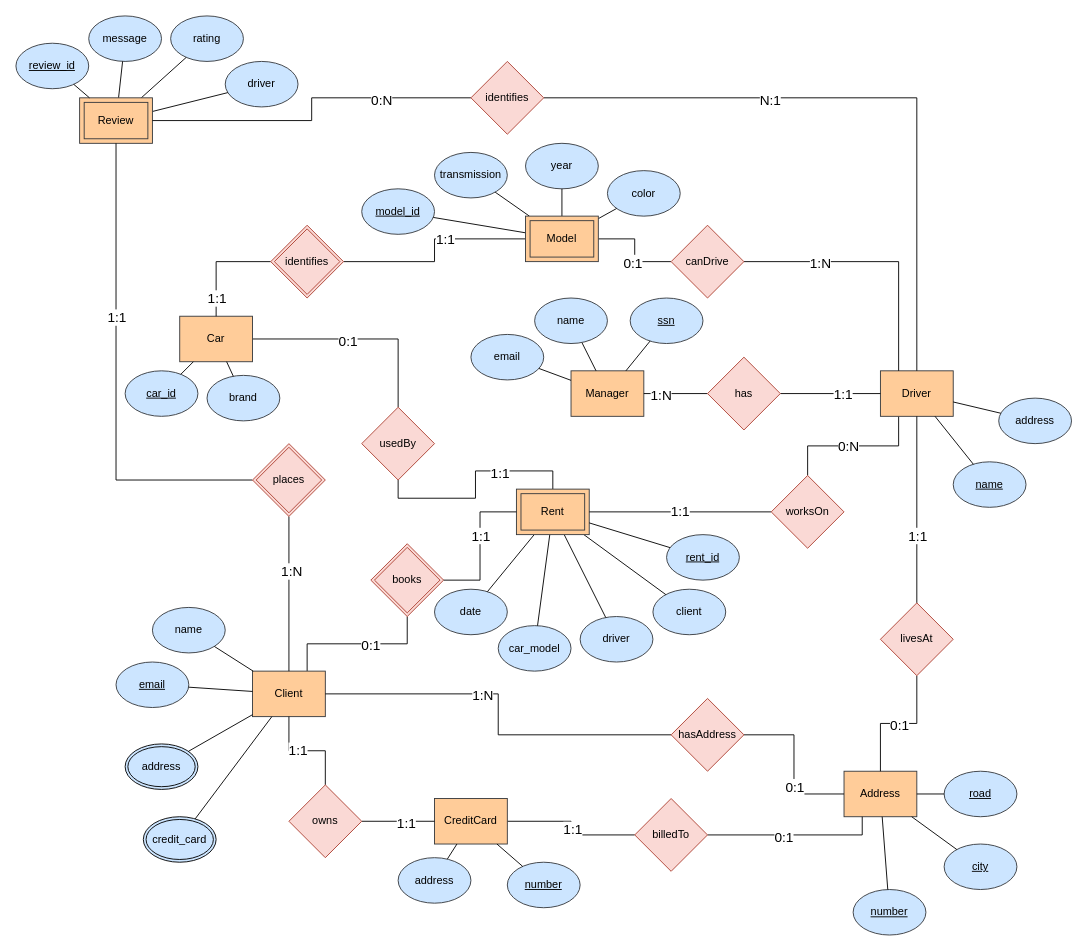
Earlier version of the draw.io diagram 480-ER-Diagram.drawio (p-rinceS/CS-480-Project). Source tidied: cells renumbered, new cells numbered last; positions are measured from the earlier drawing's top-left corner, leaving out a move shared by most shapes. Both pictures are drawn from the tidied source at 91%, with x=0, y=0 at pixel (15, 15).
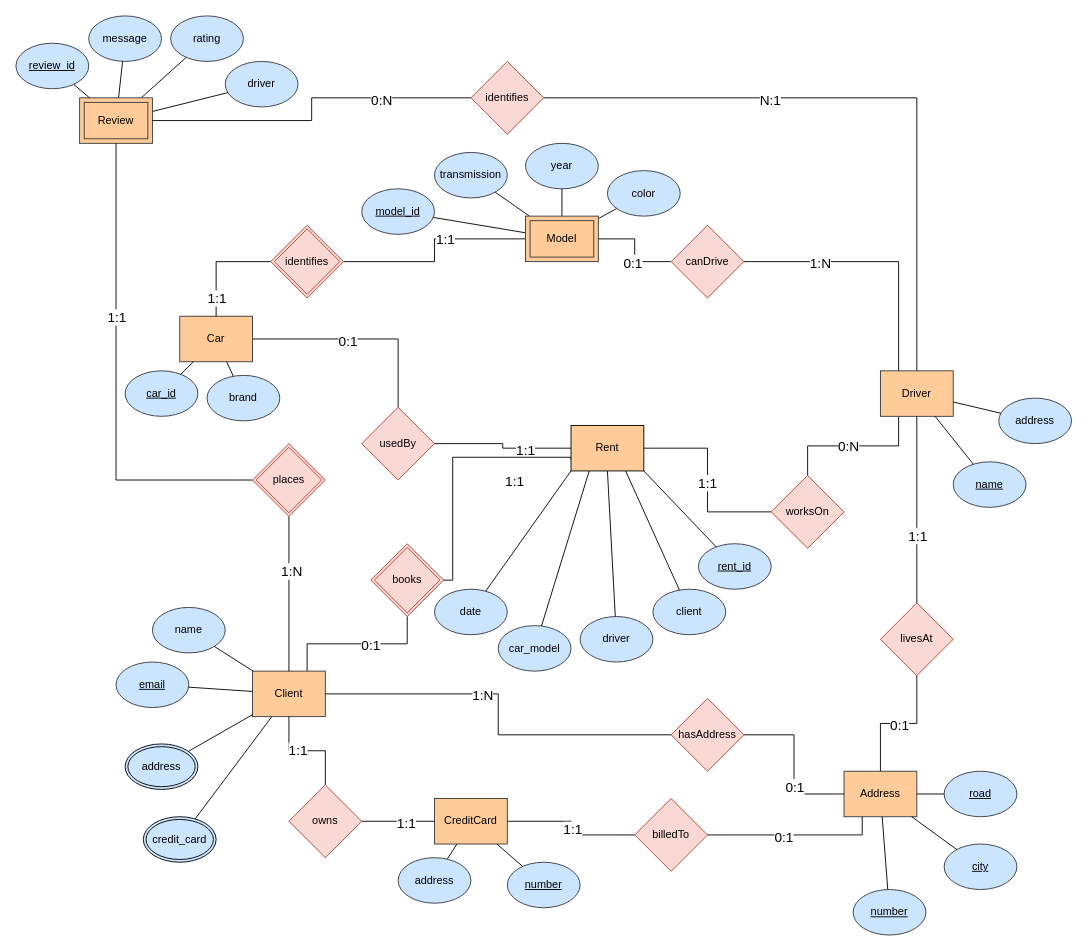
The same page after the edit.

Commit message:
Removed all relationships involving Manager, and made Rent a strong Entity.

Unchanged cells that the change refers to:
```xml
<mxCell id="8" value="Driver" style="whiteSpace=wrap;html=1;fillColor=#ffcc99;strokeColor=#36393d;" parent="1" vertex="1">
  <mxGeometry x="950" y="390" width="80" height="50" as="geometry" />
</mxCell>
<mxCell id="24" value="&lt;span style=&quot;font-style: normal;&quot;&gt;client&lt;/span&gt;" style="ellipse;whiteSpace=wrap;html=1;fillColor=#cce5ff;strokeColor=#36393d;fontStyle=2;" parent="1" vertex="1">
  <mxGeometry x="700" y="630" width="80" height="50" as="geometry" />
</mxCell>
<mxCell id="25" value="&lt;span style=&quot;font-style: normal;&quot;&gt;driver&lt;/span&gt;" style="ellipse;whiteSpace=wrap;html=1;fillColor=#cce5ff;strokeColor=#36393d;fontStyle=2;" parent="1" vertex="1">
  <mxGeometry x="620" y="660" width="80" height="50" as="geometry" />
</mxCell>
<mxCell id="26" value="car_model" style="ellipse;whiteSpace=wrap;html=1;fillColor=#cce5ff;strokeColor=#36393d;" parent="1" vertex="1">
  <mxGeometry x="530" y="670" width="80" height="50" as="geometry" />
</mxCell>
<mxCell id="27" value="date" style="ellipse;whiteSpace=wrap;html=1;fillColor=#cce5ff;strokeColor=#36393d;" parent="1" vertex="1">
  <mxGeometry x="460" y="630" width="80" height="50" as="geometry" />
</mxCell>
<mxCell id="104" value="books" style="shape=rhombus;double=1;perimeter=rhombusPerimeter;whiteSpace=wrap;html=1;align=center;fillColor=#fad9d5;strokeColor=#ae4132;" parent="1" vertex="1">
  <mxGeometry x="390" y="580" width="80" height="80" as="geometry" />
</mxCell>
<mxCell id="115" value="worksOn" style="shape=rhombus;perimeter=rhombusPerimeter;whiteSpace=wrap;html=1;align=center;fillColor=#fad9d5;strokeColor=#ae4132;" parent="1" vertex="1">
  <mxGeometry x="830" y="505" width="80" height="80" as="geometry" />
</mxCell>
<mxCell id="118" value="usedBy" style="shape=rhombus;perimeter=rhombusPerimeter;whiteSpace=wrap;html=1;align=center;fillColor=#fad9d5;strokeColor=#ae4132;" parent="1" vertex="1">
  <mxGeometry x="380" y="430" width="80" height="80" as="geometry" />
</mxCell>
```

What changed in the source:
```diff
@@
-    <mxCell id="2" value="Manager" style="whiteSpace=wrap;html=1;fillColor=#ffcc99;strokeColor=#36393d;" parent="1" vertex="1">
-      <mxGeometry x="610" y="390" width="80" height="50" as="geometry" />
-    </mxCell>
@@
-    <mxCell id="9" style="endArrow=none;html=1;rounded=0;" parent="1" edge="1" source="2" target="69">
-      <mxGeometry relative="1" as="geometry" />
-    </mxCell>
-    <mxCell id="10" value="&lt;u&gt;ssn&lt;/u&gt;" style="ellipse;whiteSpace=wrap;html=1;fillColor=#cce5ff;strokeColor=#36393d;" parent="1" vertex="1">
-      <mxGeometry x="675" y="310" width="80" height="50" as="geometry" />
-    </mxCell>
-    <mxCell id="11" style="endArrow=none;html=1;rounded=0;" parent="1" edge="1" source="2" target="10">
-      <mxGeometry relative="1" as="geometry" />
-    </mxCell>
-    <mxCell id="12" value="email" style="ellipse;whiteSpace=wrap;html=1;fillColor=#cce5ff;strokeColor=#36393d;" parent="1" vertex="1">
-      <mxGeometry x="500" y="350" width="80" height="50" as="geometry" />
-    </mxCell>
-    <mxCell id="13" style="endArrow=none;html=1;rounded=0;" parent="1" edge="1" source="12" target="2">
-      <mxGeometry relative="1" as="geometry" />
-    </mxCell>
@@
-    <mxCell id="28" style="endArrow=none;html=1;rounded=0;" parent="1" edge="1" source="24" target="65">
+    <mxCell id="28" style="endArrow=none;html=1;rounded=0;entryX=0.75;entryY=1;entryDx=0;entryDy=0;" parent="1" edge="1" source="24" target="65">
       <mxGeometry relative="1" as="geometry" />
     </mxCell>
-    <mxCell id="29" style="endArrow=none;html=1;rounded=0;" parent="1" edge="1" source="25" target="65">
+    <mxCell id="29" style="endArrow=none;html=1;rounded=0;entryX=0.5;entryY=1;entryDx=0;entryDy=0;" parent="1" edge="1" source="25" target="65">
       <mxGeometry relative="1" as="geometry" />
     </mxCell>
-    <mxCell id="30" style="endArrow=none;html=1;rounded=0;" parent="1" edge="1" source="26" target="65">
+    <mxCell id="30" style="endArrow=none;html=1;rounded=0;entryX=0.25;entryY=1;entryDx=0;entryDy=0;" parent="1" edge="1" source="26" target="65">
       <mxGeometry relative="1" as="geometry" />
     </mxCell>
-    <mxCell id="31" style="endArrow=none;html=1;rounded=0;" parent="1" edge="1" source="27" target="65">
+    <mxCell id="31" style="endArrow=none;html=1;rounded=0;entryX=0;entryY=1;entryDx=0;entryDy=0;" parent="1" edge="1" source="27" target="65">
       <mxGeometry relative="1" as="geometry" />
     </mxCell>
@@
-    <mxCell id="63" style="edgeStyle=orthogonalEdgeStyle;rounded=0;jettySize=auto;html=1;exitX=0.5;exitY=0;exitDx=0;exitDy=0;endArrow=none;startFill=0;" parent="1" edge="1" source="65" target="118">
+    <mxCell id="63" style="edgeStyle=orthogonalEdgeStyle;rounded=0;jettySize=auto;html=1;exitX=0;exitY=0.5;exitDx=0;exitDy=0;endArrow=none;startFill=0;" parent="1" edge="1" source="65" target="118">
       <mxGeometry relative="1" as="geometry" />
     </mxCell>
@@
-    <mxCell id="65" value="Rent" style="shape=ext;margin=3;double=1;whiteSpace=wrap;html=1;align=center;fillColor=#ffcc99;strokeColor=#36393d;" parent="1" vertex="1">
-      <mxGeometry x="550" y="520" width="80" height="50" as="geometry" />
-    </mxCell>
@@
-    <mxCell id="69" value="name" style="ellipse;whiteSpace=wrap;html=1;fillColor=#cce5ff;strokeColor=#36393d;" parent="1" vertex="1">
-      <mxGeometry x="570" y="310" width="80" height="50" as="geometry" />
-    </mxCell>
@@
-    <mxCell id="78" style="edgeStyle=orthogonalEdgeStyle;rounded=0;jettySize=auto;html=1;endArrow=none;startFill=0;fontSize=15;" parent="1" edge="1" source="82" target="8">
-      <mxGeometry relative="1" as="geometry" />
-    </mxCell>
-    <mxCell id="79" value="&lt;font style=&quot;font-size: 15px;&quot;&gt;1:1&lt;/font&gt;" style="edgeLabel;html=1;align=center;verticalAlign=middle;" parent="78" vertex="1">
-      <mxGeometry x="0.25" y="-2" relative="1" as="geometry">
-        <mxPoint x="-1" y="-2" as="offset" />
-      </mxGeometry>
-    </mxCell>
-    <mxCell id="80" style="edgeStyle=orthogonalEdgeStyle;rounded=0;jettySize=auto;html=1;endArrow=none;startFill=0;fontSize=15;" parent="1" edge="1" source="82" target="2">
-      <mxGeometry relative="1" as="geometry" />
-    </mxCell>
-    <mxCell id="81" value="&lt;font style=&quot;font-size: 15px;&quot;&gt;1:N&lt;/font&gt;" style="edgeLabel;html=1;align=center;verticalAlign=middle;" parent="80" vertex="1">
-      <mxGeometry x="0.48" y="1" relative="1" as="geometry" />
-    </mxCell>
-    <mxCell id="82" value="has" style="shape=rhombus;perimeter=rhombusPerimeter;whiteSpace=wrap;html=1;align=center;fillColor=#fad9d5;strokeColor=#ae4132;" parent="1" vertex="1">
-      <mxGeometry x="760" y="375" width="80" height="80" as="geometry" />
-    </mxCell>
@@
-    <mxCell id="111" style="edgeStyle=orthogonalEdgeStyle;rounded=0;jettySize=auto;html=1;exitX=1;exitY=0.5;exitDx=0;exitDy=0;entryX=0;entryY=0.5;entryDx=0;entryDy=0;endArrow=none;startFill=0;" parent="1" edge="1" source="104" target="65">
-      <mxGeometry relative="1" as="geometry" />
+    <mxCell id="111" style="edgeStyle=orthogonalEdgeStyle;rounded=0;jettySize=auto;html=1;exitX=1;exitY=0.5;exitDx=0;exitDy=0;endArrow=none;startFill=0;entryX=0;entryY=0.75;entryDx=0;entryDy=0;" parent="1" edge="1" source="104" target="65">
+      <mxGeometry relative="1" as="geometry">
+        <Array as="points">
+          <mxPoint x="480" y="620" />
+          <mxPoint x="480" y="485" />
+        </Array>
+      </mxGeometry>
     </mxCell>
@@
-    <mxCell id="113" style="edgeStyle=orthogonalEdgeStyle;rounded=0;jettySize=auto;html=1;endArrow=none;startFill=0;" parent="1" edge="1" source="115" target="65">
+    <mxCell id="113" style="edgeStyle=orthogonalEdgeStyle;rounded=0;jettySize=auto;html=1;endArrow=none;startFill=0;entryX=1;entryY=0.5;entryDx=0;entryDy=0;" parent="1" edge="1" source="115" target="65">
       <mxGeometry relative="1" as="geometry" />
     </mxCell>
@@
     <mxCell id="127" value="&lt;span style=&quot;font-style: normal;&quot;&gt;&lt;u&gt;rent_id&lt;/u&gt;&lt;/span&gt;" style="ellipse;whiteSpace=wrap;html=1;fillColor=#cce5ff;strokeColor=#36393d;fontStyle=2;" parent="1" vertex="1">
-      <mxGeometry x="715" y="570" width="80" height="50" as="geometry" />
+      <mxGeometry x="750" y="580" width="80" height="50" as="geometry" />
     </mxCell>
-    <mxCell id="128" style="endArrow=none;html=1;rounded=0;" parent="1" edge="1" source="127" target="65">
+    <mxCell id="128" style="endArrow=none;html=1;rounded=0;entryX=1;entryY=1;entryDx=0;entryDy=0;" parent="1" edge="1" source="127" target="65">
       <mxGeometry relative="1" as="geometry" />
     </mxCell>
+    <mxCell id="65" value="Rent" style="rounded=0;whiteSpace=wrap;html=1;fillColor=#FFCC99;strokeColor=#000000;strokeWidth=1;" parent="1" vertex="1">
+      <mxGeometry x="610" y="450" width="80" height="50" as="geometry" />
+    </mxCell>
```
